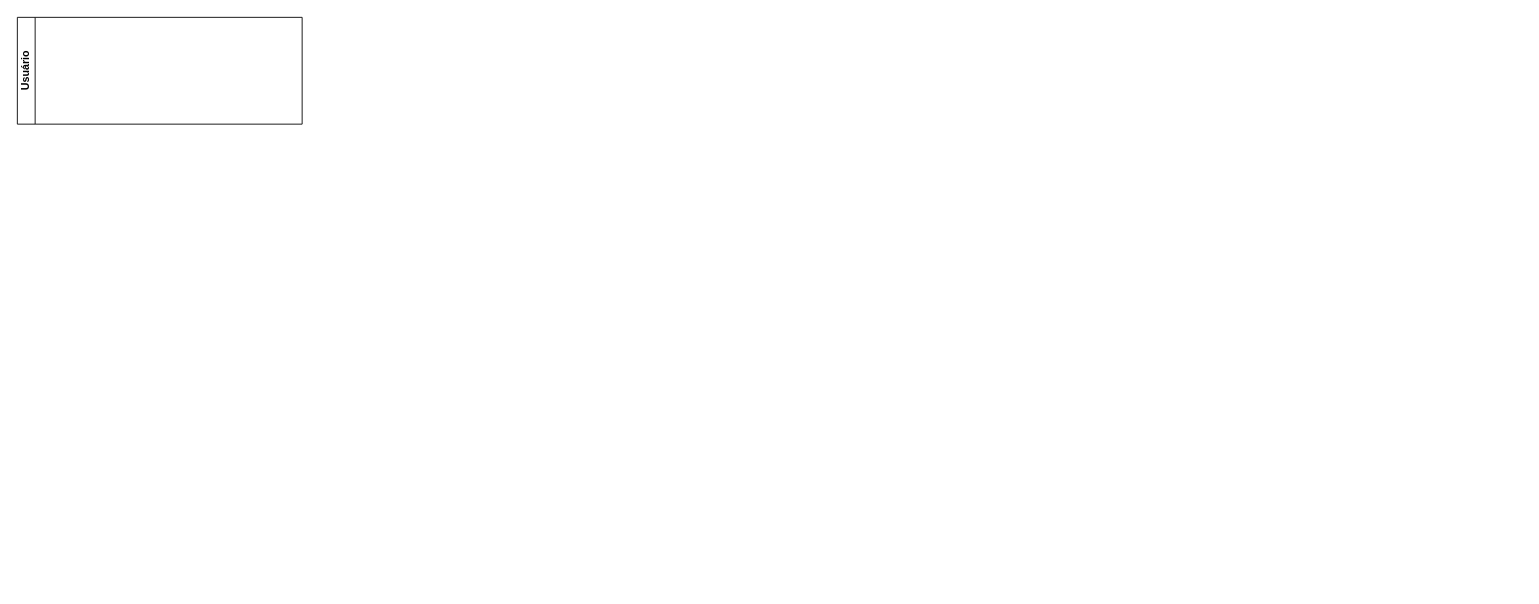
The draw.io diagram FlightCompany Example.drawio in MaroTequi/FlightCompany, before the edit. Source tidied: cells renumbered, new cells numbered last; positions are measured from the earlier drawing's top-left corner, leaving out a move shared by most shapes. Both pictures are drawn from the tidied source at 89%, with x=0, y=0 at pixel (17, 17).
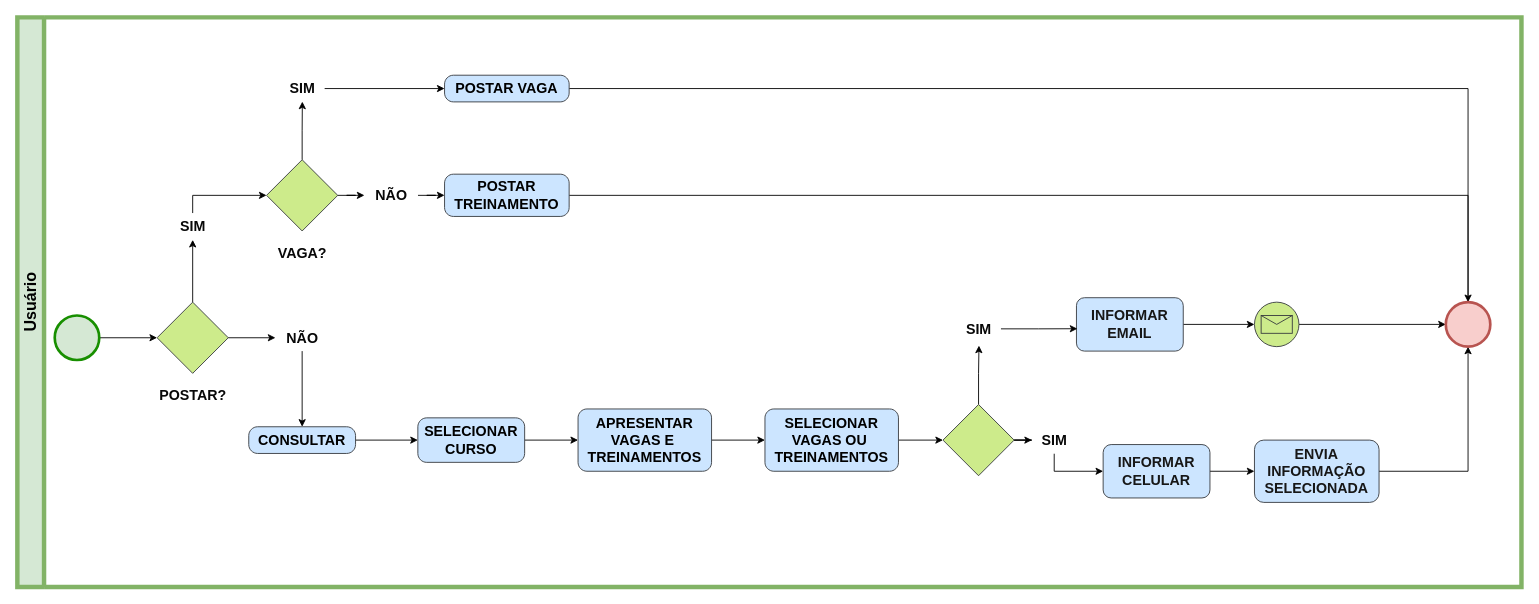
Above is the later version.

Commit message:
Finishing first BPMN

Diff of the diagram source:
```diff
@@
-    <mxCell id="2" value="Usuário" style="swimlane;startSize=20;horizontal=0;html=1;whiteSpace=wrap;" parent="1" vertex="1">
-      <mxGeometry width="320" height="120" as="geometry" />
+    <mxCell id="2" value="Usuário" style="swimlane;startSize=30;horizontal=0;html=1;whiteSpace=wrap;fillColor=#d5e8d4;strokeColor=#82b366;strokeWidth=5;fontColor=#000000;fontSize=18;" parent="1" vertex="1">
+      <mxGeometry width="1690" height="640" as="geometry" />
     </mxCell>
+    <mxCell id="3" style="edgeStyle=orthogonalEdgeStyle;rounded=0;jettySize=auto;html=1;" parent="2" edge="1" source="4" target="7">
+      <mxGeometry relative="1" as="geometry" />
+    </mxCell>
+    <mxCell id="4" style="points=[[0.145,0.145,0],[0.5,0,0],[0.855,0.145,0],[1,0.5,0],[0.855,0.855,0],[0.5,1,0],[0.145,0.855,0],[0,0.5,0]];shape=mxgraph.bpmn.event;html=1;verticalLabelPosition=bottom;labelBackgroundColor=#ffffff;verticalAlign=top;align=center;perimeter=ellipsePerimeter;outlineConnect=0;outline=standard;symbol=general;fillColor=#d5e8d4;strokeColor=#188F00;strokeWidth=3;" parent="2" vertex="1">
+      <mxGeometry x="42" y="335" width="50" height="50" as="geometry" />
+    </mxCell>
+    <mxCell id="5" style="edgeStyle=orthogonalEdgeStyle;rounded=0;jettySize=auto;html=1;entryX=0;entryY=0.5;entryDx=0;entryDy=0;" parent="2" edge="1" source="18" target="11">
+      <mxGeometry relative="1" as="geometry">
+        <Array as="points">
+          <mxPoint x="197" y="200" />
+        </Array>
+      </mxGeometry>
+    </mxCell>
+    <mxCell id="6" style="edgeStyle=orthogonalEdgeStyle;rounded=0;jettySize=auto;html=1;" parent="2" edge="1" source="7" target="18">
+      <mxGeometry relative="1" as="geometry" />
+    </mxCell>
+    <mxCell id="7" style="rhombus;whiteSpace=wrap;html=1;verticalAlign=top;fillColor=#cdeb8b;strokeColor=#36393d;labelBackgroundColor=#ffffff;" parent="2" vertex="1">
+      <mxGeometry x="157" y="320" width="80" height="80" as="geometry" />
+    </mxCell>
+    <mxCell id="8" style="edgeStyle=orthogonalEdgeStyle;rounded=0;jettySize=auto;html=1;entryX=0;entryY=0.5;entryDx=0;entryDy=0;entryPerimeter=0;" parent="2" edge="1" source="22" target="14">
+      <mxGeometry relative="1" as="geometry">
+        <Array as="points">
+          <mxPoint x="320" y="80" />
+        </Array>
+      </mxGeometry>
+    </mxCell>
+    <mxCell id="9" style="edgeStyle=orthogonalEdgeStyle;rounded=0;jettySize=auto;html=1;entryX=0.504;entryY=0.989;entryDx=0;entryDy=0;entryPerimeter=0;" parent="2" edge="1" source="11" target="22">
+      <mxGeometry relative="1" as="geometry" />
+    </mxCell>
+    <mxCell id="10" style="edgeStyle=orthogonalEdgeStyle;rounded=0;jettySize=auto;html=1;entryX=0;entryY=0.5;entryDx=0;entryDy=0;entryPerimeter=0;" parent="2" edge="1" source="24" target="16">
+      <mxGeometry relative="1" as="geometry" />
+    </mxCell>
+    <mxCell id="11" style="rhombus;whiteSpace=wrap;html=1;verticalAlign=top;fillColor=#cdeb8b;strokeColor=#36393d;labelBackgroundColor=#ffffff;" parent="2" vertex="1">
+      <mxGeometry x="280" y="160" width="80" height="80" as="geometry" />
+    </mxCell>
+    <mxCell id="12" value="VAGA?" style="text;html=1;align=center;verticalAlign=middle;fillColor=#ffffff;fontStyle=1;fontSize=16;fontColor=#080808;rounded=1;arcSize=50;" parent="2" vertex="1">
+      <mxGeometry x="280" y="250" width="80" height="30" as="geometry" />
+    </mxCell>
+    <mxCell id="13" style="edgeStyle=orthogonalEdgeStyle;rounded=0;jettySize=auto;html=1;entryX=0.5;entryY=0;entryDx=0;entryDy=0;entryPerimeter=0;" parent="2" edge="1" source="14" target="48">
+      <mxGeometry relative="1" as="geometry" />
+    </mxCell>
+    <mxCell id="14" value="POSTAR VAGA" style="points=[[0.25,0,0],[0.5,0,0],[0.75,0,0],[1,0.25,0],[1,0.5,0],[1,0.75,0],[0.75,1,0],[0.5,1,0],[0.25,1,0],[0,0.75,0],[0,0.5,0],[0,0.25,0]];shape=mxgraph.bpmn.task;whiteSpace=wrap;rectStyle=rounded;size=10;html=1;taskMarker=abstract;fillColor=#cce5ff;strokeColor=#36393d;fontColor=#000000;fontStyle=1;fontSize=16;" parent="2" vertex="1">
+      <mxGeometry x="480" y="65" width="140" height="30" as="geometry" />
+    </mxCell>
+    <mxCell id="15" style="edgeStyle=orthogonalEdgeStyle;rounded=0;jettySize=auto;html=1;entryX=0.145;entryY=0.145;entryDx=0;entryDy=0;entryPerimeter=0;" parent="2" edge="1" source="16" target="48">
+      <mxGeometry relative="1" as="geometry">
+        <Array as="points">
+          <mxPoint x="1630" y="200" />
+          <mxPoint x="1630" y="327" />
+        </Array>
+      </mxGeometry>
+    </mxCell>
+    <mxCell id="16" value="POSTAR TREINAMENTO" style="points=[[0.25,0,0],[0.5,0,0],[0.75,0,0],[1,0.25,0],[1,0.5,0],[1,0.75,0],[0.75,1,0],[0.5,1,0],[0.25,1,0],[0,0.75,0],[0,0.5,0],[0,0.25,0]];shape=mxgraph.bpmn.task;whiteSpace=wrap;rectStyle=rounded;size=10;html=1;taskMarker=abstract;fillColor=#cce5ff;strokeColor=#36393d;fontColor=#000000;fontStyle=1;fontSize=16;" parent="2" vertex="1">
+      <mxGeometry x="480" y="176.2" width="140" height="47.5" as="geometry" />
+    </mxCell>
+    <mxCell id="17" value="POSTAR?" style="text;html=1;align=center;verticalAlign=middle;fillColor=#ffffff;fontStyle=1;fontSize=16;fontColor=#080808;rounded=1;arcSize=50;" parent="2" vertex="1">
+      <mxGeometry x="147" y="410" width="100" height="30" as="geometry" />
+    </mxCell>
+    <mxCell id="18" value="SIM" style="text;html=1;align=center;verticalAlign=middle;points=[];fillColor=#ffffff;fontStyle=1;fontSize=16;fontColor=#080808;rounded=1;arcSize=50;" parent="2" vertex="1">
+      <mxGeometry x="172" y="220" width="50" height="30" as="geometry" />
+    </mxCell>
+    <mxCell id="19" style="edgeStyle=orthogonalEdgeStyle;rounded=0;jettySize=auto;html=1;exitX=1;exitY=0.5;exitDx=0;exitDy=0;" parent="2" edge="1" source="7" target="21">
+      <mxGeometry relative="1" as="geometry" />
+    </mxCell>
+    <mxCell id="20" style="edgeStyle=orthogonalEdgeStyle;rounded=0;jettySize=auto;html=1;entryX=0.5;entryY=0;entryDx=0;entryDy=0;entryPerimeter=0;" parent="2" edge="1" source="21" target="26">
+      <mxGeometry relative="1" as="geometry" />
+    </mxCell>
+    <mxCell id="21" value="NÃO" style="text;html=1;align=center;verticalAlign=middle;points=[];fillColor=#ffffff;fontStyle=1;fontSize=16;fontColor=#080808;rounded=1;arcSize=50;" parent="2" vertex="1">
+      <mxGeometry x="290" y="345" width="60" height="30" as="geometry" />
+    </mxCell>
+    <mxCell id="22" value="SIM" style="text;html=1;align=center;verticalAlign=middle;points=[];fillColor=#ffffff;fontStyle=1;fontSize=16;fontColor=#080808;rounded=1;arcSize=50;" parent="2" vertex="1">
+      <mxGeometry x="295" y="65" width="50" height="30" as="geometry" />
+    </mxCell>
+    <mxCell id="23" style="edgeStyle=orthogonalEdgeStyle;rounded=0;jettySize=auto;html=1;entryX=0;entryY=0.5;entryDx=0;entryDy=0;entryPerimeter=0;" parent="2" edge="1" source="11" target="24">
+      <mxGeometry relative="1" as="geometry" />
+    </mxCell>
+    <mxCell id="24" value="NÃO" style="text;html=1;align=center;verticalAlign=middle;points=[];fillColor=#ffffff;fontStyle=1;fontSize=16;fontColor=#080808;rounded=1;arcSize=50;" parent="2" vertex="1">
+      <mxGeometry x="390" y="185" width="60" height="30" as="geometry" />
+    </mxCell>
+    <mxCell id="25" style="edgeStyle=orthogonalEdgeStyle;rounded=0;jettySize=auto;html=1;entryX=0;entryY=0.5;entryDx=0;entryDy=0;entryPerimeter=0;" parent="2" edge="1" source="26" target="28">
+      <mxGeometry relative="1" as="geometry" />
+    </mxCell>
+    <mxCell id="26" value="CONSULTAR" style="points=[[0.25,0,0],[0.5,0,0],[0.75,0,0],[1,0.25,0],[1,0.5,0],[1,0.75,0],[0.75,1,0],[0.5,1,0],[0.25,1,0],[0,0.75,0],[0,0.5,0],[0,0.25,0]];shape=mxgraph.bpmn.task;whiteSpace=wrap;rectStyle=rounded;size=10;html=1;taskMarker=abstract;fillColor=#cce5ff;strokeColor=#36393d;fontColor=#000000;fontStyle=1;fontSize=16;" parent="2" vertex="1">
+      <mxGeometry x="260" y="460" width="120" height="30" as="geometry" />
+    </mxCell>
+    <mxCell id="27" style="edgeStyle=orthogonalEdgeStyle;rounded=0;jettySize=auto;html=1;entryX=0;entryY=0.5;entryDx=0;entryDy=0;entryPerimeter=0;" parent="2" edge="1" source="28" target="30">
+      <mxGeometry relative="1" as="geometry" />
+    </mxCell>
+    <mxCell id="28" value="SELECIONAR CURSO" style="points=[[0.25,0,0],[0.5,0,0],[0.75,0,0],[1,0.25,0],[1,0.5,0],[1,0.75,0],[0.75,1,0],[0.5,1,0],[0.25,1,0],[0,0.75,0],[0,0.5,0],[0,0.25,0]];shape=mxgraph.bpmn.task;whiteSpace=wrap;rectStyle=rounded;size=10;html=1;taskMarker=abstract;fillColor=#cce5ff;strokeColor=#36393d;fontColor=#000000;fontStyle=1;fontSize=16;" parent="2" vertex="1">
+      <mxGeometry x="450" y="450" width="120" height="50" as="geometry" />
+    </mxCell>
+    <mxCell id="29" style="edgeStyle=orthogonalEdgeStyle;rounded=0;jettySize=auto;html=1;entryX=0;entryY=0.5;entryDx=0;entryDy=0;entryPerimeter=0;" parent="2" edge="1" source="30" target="32">
+      <mxGeometry relative="1" as="geometry" />
+    </mxCell>
+    <mxCell id="30" value="APRESENTAR&lt;br&gt;VAGAS E&amp;nbsp;&lt;br&gt;TREINAMENTOS" style="points=[[0.25,0,0],[0.5,0,0],[0.75,0,0],[1,0.25,0],[1,0.5,0],[1,0.75,0],[0.75,1,0],[0.5,1,0],[0.25,1,0],[0,0.75,0],[0,0.5,0],[0,0.25,0]];shape=mxgraph.bpmn.task;whiteSpace=wrap;rectStyle=rounded;size=10;html=1;taskMarker=abstract;fillColor=#cce5ff;strokeColor=#36393d;fontColor=#000000;fontStyle=1;fontSize=16;" parent="2" vertex="1">
+      <mxGeometry x="630" y="440" width="150" height="70" as="geometry" />
+    </mxCell>
+    <mxCell id="31" style="edgeStyle=orthogonalEdgeStyle;rounded=0;jettySize=auto;html=1;" parent="2" edge="1" source="32" target="34">
+      <mxGeometry relative="1" as="geometry" />
+    </mxCell>
+    <mxCell id="32" value="SELECIONAR&lt;br&gt;VAGAS OU&amp;nbsp;&lt;br&gt;TREINAMENTOS" style="points=[[0.25,0,0],[0.5,0,0],[0.75,0,0],[1,0.25,0],[1,0.5,0],[1,0.75,0],[0.75,1,0],[0.5,1,0],[0.25,1,0],[0,0.75,0],[0,0.5,0],[0,0.25,0]];shape=mxgraph.bpmn.task;whiteSpace=wrap;rectStyle=rounded;size=10;html=1;taskMarker=abstract;fillColor=#cce5ff;strokeColor=#36393d;fontColor=#000000;fontStyle=1;fontSize=16;" parent="2" vertex="1">
+      <mxGeometry x="840" y="440" width="150" height="70" as="geometry" />
+    </mxCell>
+    <mxCell id="33" style="edgeStyle=orthogonalEdgeStyle;rounded=0;jettySize=auto;html=1;entryX=0.509;entryY=1.126;entryDx=0;entryDy=0;entryPerimeter=0;" parent="2" edge="1" source="34" target="38">
+      <mxGeometry relative="1" as="geometry" />
+    </mxCell>
+    <mxCell id="34" style="rhombus;whiteSpace=wrap;html=1;fontSize=16;fillColor=#cdeb8b;strokeColor=#36393d;fontStyle=1;fontColor=#000000;" parent="2" vertex="1">
+      <mxGeometry x="1040" y="435" width="80" height="80" as="geometry" />
+    </mxCell>
+    <mxCell id="35" style="edgeStyle=orthogonalEdgeStyle;rounded=0;jettySize=auto;html=1;entryX=0;entryY=0.5;entryDx=0;entryDy=0;entryPerimeter=0;" parent="2" edge="1" source="36" target="40">
+      <mxGeometry relative="1" as="geometry" />
+    </mxCell>
+    <mxCell id="36" value="INFORMAR&lt;br&gt;EMAIL" style="rounded=1;whiteSpace=wrap;html=1;fontSize=16;fillColor=#cce5ff;strokeColor=#36393d;fontStyle=1;fontColor=#171717;" parent="2" vertex="1">
+      <mxGeometry x="1190" y="315" width="120" height="60" as="geometry" />
+    </mxCell>
+    <mxCell id="37" style="edgeStyle=orthogonalEdgeStyle;rounded=0;jettySize=auto;html=1;entryX=0.009;entryY=0.581;entryDx=0;entryDy=0;entryPerimeter=0;" parent="2" edge="1" source="38" target="36">
+      <mxGeometry relative="1" as="geometry" />
+    </mxCell>
+    <mxCell id="38" value="SIM" style="text;html=1;align=center;verticalAlign=middle;points=[];fillColor=#ffffff;fontStyle=1;fontSize=16;fontColor=#080808;rounded=1;arcSize=50;" parent="2" vertex="1">
+      <mxGeometry x="1055" y="335" width="50" height="30" as="geometry" />
+    </mxCell>
+    <mxCell id="39" style="edgeStyle=orthogonalEdgeStyle;rounded=0;jettySize=auto;html=1;entryX=0;entryY=0.5;entryDx=0;entryDy=0;entryPerimeter=0;" parent="2" edge="1" source="40" target="48">
+      <mxGeometry relative="1" as="geometry" />
+    </mxCell>
+    <mxCell id="40" style="points=[[0.145,0.145,0],[0.5,0,0],[0.855,0.145,0],[1,0.5,0],[0.855,0.855,0],[0.5,1,0],[0.145,0.855,0],[0,0.5,0]];shape=mxgraph.bpmn.event;html=1;verticalLabelPosition=bottom;labelBackgroundColor=#ffffff;verticalAlign=top;align=center;perimeter=ellipsePerimeter;outlineConnect=0;outline=standard;symbol=message;fillColor=#cdeb8b;strokeColor=#36393d;" parent="2" vertex="1">
+      <mxGeometry x="1390" y="320" width="50" height="50" as="geometry" />
+    </mxCell>
+    <mxCell id="41" style="edgeStyle=orthogonalEdgeStyle;rounded=0;jettySize=auto;html=1;entryX=0;entryY=0.5;entryDx=0;entryDy=0;" parent="2" edge="1" source="42" target="44">
+      <mxGeometry relative="1" as="geometry" />
+    </mxCell>
+    <mxCell id="42" value="INFORMAR&lt;br&gt;CELULAR" style="rounded=1;whiteSpace=wrap;html=1;fontSize=16;fillColor=#cce5ff;strokeColor=#36393d;fontStyle=1;fontColor=#171717;" parent="2" vertex="1">
+      <mxGeometry x="1220" y="480" width="120" height="60" as="geometry" />
+    </mxCell>
+    <mxCell id="43" style="edgeStyle=orthogonalEdgeStyle;rounded=0;jettySize=auto;html=1;entryX=0.5;entryY=1;entryDx=0;entryDy=0;entryPerimeter=0;" parent="2" edge="1" source="44" target="48">
+      <mxGeometry relative="1" as="geometry" />
+    </mxCell>
+    <mxCell id="44" value="ENVIA&lt;br&gt;INFORMAÇÃO&lt;br&gt;SELECIONADA" style="rounded=1;whiteSpace=wrap;html=1;fontSize=16;fillColor=#cce5ff;strokeColor=#36393d;fontStyle=1;fontColor=#171717;" parent="2" vertex="1">
+      <mxGeometry x="1390" y="475" width="140" height="70" as="geometry" />
+    </mxCell>
+    <mxCell id="45" style="edgeStyle=orthogonalEdgeStyle;rounded=0;jettySize=auto;html=1;entryX=0;entryY=0.5;entryDx=0;entryDy=0;" parent="2" edge="1" source="34" target="47">
+      <mxGeometry relative="1" as="geometry" />
+    </mxCell>
+    <mxCell id="46" style="edgeStyle=orthogonalEdgeStyle;rounded=0;jettySize=auto;html=1;entryX=0;entryY=0.5;entryDx=0;entryDy=0;" parent="2" edge="1" source="47" target="42">
+      <mxGeometry relative="1" as="geometry">
+        <Array as="points">
+          <mxPoint x="1165" y="510" />
+        </Array>
+      </mxGeometry>
+    </mxCell>
+    <mxCell id="47" value="SIM" style="text;html=1;align=center;verticalAlign=middle;points=[];fillColor=#ffffff;fontStyle=1;fontSize=16;fontColor=#080808;rounded=1;arcSize=50;" parent="2" vertex="1">
+      <mxGeometry x="1140" y="460" width="50" height="30" as="geometry" />
+    </mxCell>
+    <mxCell id="48" style="points=[[0.145,0.145,0],[0.5,0,0],[0.855,0.145,0],[1,0.5,0],[0.855,0.855,0],[0.5,1,0],[0.145,0.855,0],[0,0.5,0]];shape=mxgraph.bpmn.event;html=1;verticalLabelPosition=bottom;labelBackgroundColor=#ffffff;verticalAlign=top;align=center;perimeter=ellipsePerimeter;outlineConnect=0;outline=end;symbol=terminate2;fillColor=#f8cecc;strokeColor=#b85450;" parent="2" vertex="1">
+      <mxGeometry x="1605" y="320" width="50" height="50" as="geometry" />
+    </mxCell>
```
